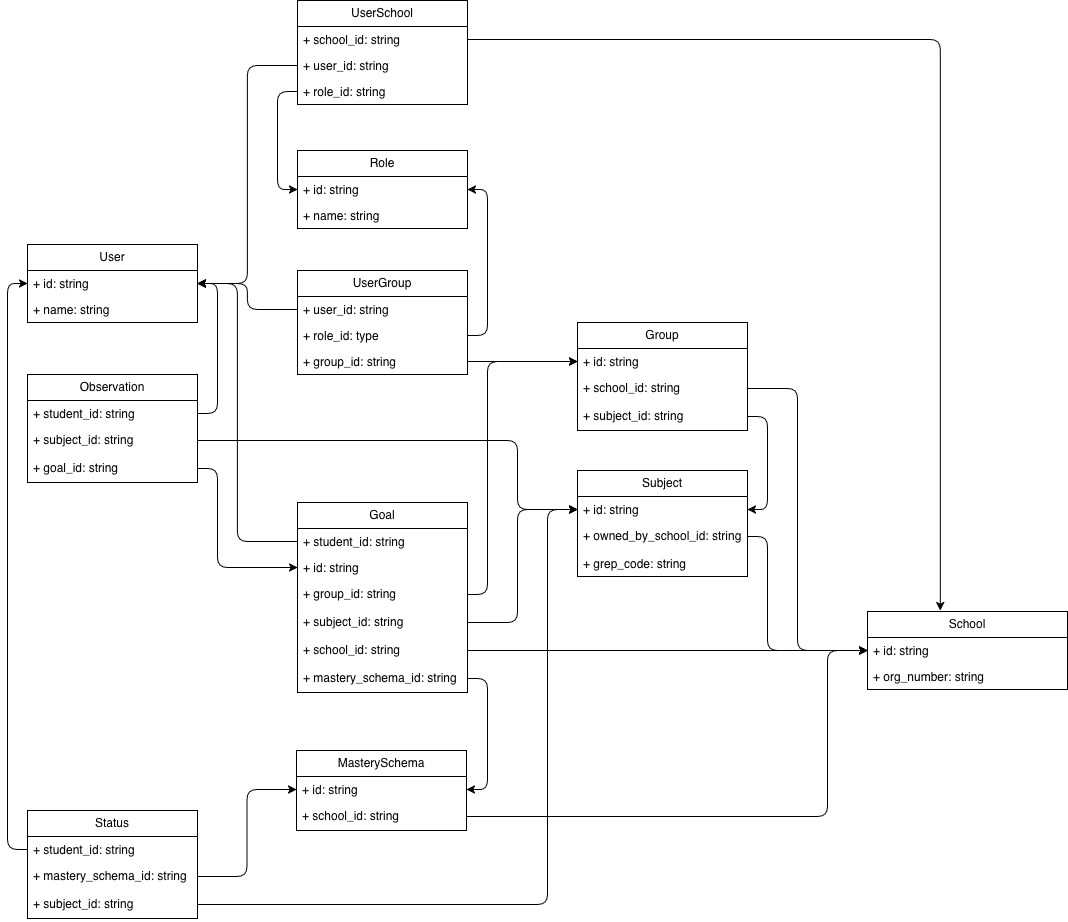
Oslo-kommune-Utdanningsetaten/mestring keeps this draw.io diagram as notes/mestring-diagram-2026-04-15.drawio.png. Above is the earlier version. Source tidied: cells renumbered, new cells last; positions are measured from the earlier drawing's top-left corner, leaving out a move shared by most shapes.
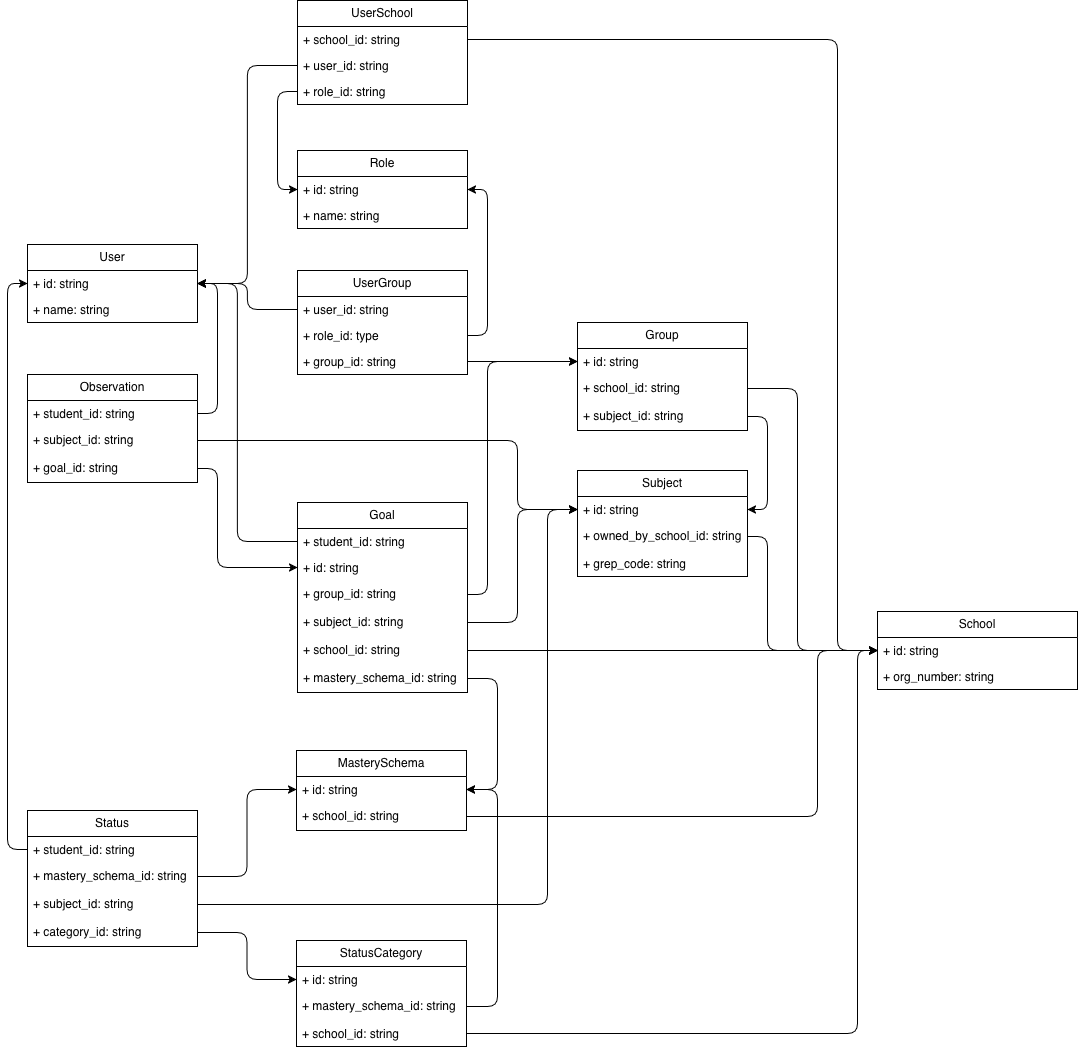
Later version of the same file.

Change to the diagram source:
```diff
@@ -15,7 +15,7 @@
       <mxGeometry y="78" width="170" height="26" as="geometry" />
     </mxCell>
     <mxCell id="6" value="&lt;div&gt;School&lt;/div&gt;" style="swimlane;fontStyle=0;horizontal=1;startSize=26;fillColor=none;whiteSpace=wrap;html=1;labelBackgroundColor=none;rounded=1;arcSize=0;" parent="1" vertex="1">
-      <mxGeometry x="840" y="611" width="200" height="78" as="geometry" />
+      <mxGeometry x="850" y="611" width="200" height="78" as="geometry" />
     </mxCell>
     <mxCell id="7" value="+ id: string" style="text;strokeColor=none;fillColor=none;align=left;verticalAlign=top;spacingLeft=4;spacingRight=4;overflow=hidden;points=[[0,0.5],[1,0.5]];portConstraint=eastwest;whiteSpace=wrap;html=1;labelBackgroundColor=none;rounded=1;" parent="6" vertex="1">
       <mxGeometry y="26" width="200" height="26" as="geometry" />
@@ -35,9 +35,6 @@
     <mxCell id="12" value="+ role_id: string" style="text;strokeColor=none;fillColor=none;align=left;verticalAlign=top;spacingLeft=4;spacingRight=4;overflow=hidden;points=[[0,0.5],[1,0.5]];portConstraint=eastwest;whiteSpace=wrap;html=1;labelBackgroundColor=none;rounded=1;" parent="9" vertex="1">
       <mxGeometry y="78" width="170" height="26" as="geometry" />
     </mxCell>
-    <mxCell id="13" style="edgeStyle=orthogonalEdgeStyle;rounded=1;jettySize=auto;html=1;entryX=0.364;entryY=-0.01;entryDx=0;entryDy=0;entryPerimeter=0;labelBackgroundColor=none;fontColor=default;" parent="1" edge="1" source="10" target="6">
-      <mxGeometry relative="1" as="geometry" />
-    </mxCell>
     <mxCell id="14" style="edgeStyle=orthogonalEdgeStyle;rounded=1;jettySize=auto;html=1;exitX=0;exitY=0.5;exitDx=0;exitDy=0;entryX=1;entryY=0.5;entryDx=0;entryDy=0;labelBackgroundColor=none;fontColor=default;" parent="1" edge="1" source="11" target="15">
       <mxGeometry relative="1" as="geometry" />
     </mxCell>
@@ -177,13 +174,13 @@
     <mxCell id="51" style="edgeStyle=orthogonalEdgeStyle;rounded=1;jettySize=auto;html=1;labelBackgroundColor=none;fontColor=default;" parent="1" edge="1" source="39" target="49">
       <mxGeometry relative="1" as="geometry">
         <Array as="points">
-          <mxPoint x="460" y="678" />
-          <mxPoint x="460" y="789" />
+          <mxPoint x="470" y="678" />
+          <mxPoint x="470" y="789" />
         </Array>
       </mxGeometry>
     </mxCell>
     <mxCell id="52" value="Status" style="swimlane;fontStyle=0;horizontal=1;startSize=26;fillColor=none;whiteSpace=wrap;html=1;labelBackgroundColor=none;rounded=1;arcSize=0;" parent="1" vertex="1">
-      <mxGeometry y="810" width="170" height="108" as="geometry" />
+      <mxGeometry y="810" width="170" height="136" as="geometry" />
     </mxCell>
     <mxCell id="53" value="+ student_id: string" style="text;strokeColor=none;fillColor=none;align=left;verticalAlign=top;spacingLeft=4;spacingRight=4;overflow=hidden;points=[[0,0.5],[1,0.5]];portConstraint=eastwest;whiteSpace=wrap;html=1;labelBackgroundColor=none;rounded=1;" parent="52" vertex="1">
       <mxGeometry y="26" width="170" height="26" as="geometry" />
@@ -194,6 +191,9 @@
     <mxCell id="55" value="+ subject_id: string" style="text;strokeColor=none;fillColor=none;align=left;verticalAlign=top;spacingLeft=4;spacingRight=4;overflow=hidden;points=[[0,0.5],[1,0.5]];portConstraint=eastwest;whiteSpace=wrap;html=1;labelBackgroundColor=none;rounded=1;" parent="52" vertex="1">
       <mxGeometry y="80" width="170" height="28" as="geometry" />
     </mxCell>
+    <mxCell id="66" value="+ category_id: string" style="text;strokeColor=none;fillColor=none;align=left;verticalAlign=top;spacingLeft=4;spacingRight=4;overflow=hidden;points=[[0,0.5],[1,0.5]];portConstraint=eastwest;whiteSpace=wrap;html=1;labelBackgroundColor=none;rounded=1;" parent="52" vertex="1">
+      <mxGeometry y="108" width="170" height="28" as="geometry" />
+    </mxCell>
     <mxCell id="56" style="edgeStyle=orthogonalEdgeStyle;rounded=1;jettySize=auto;html=1;labelBackgroundColor=none;fontColor=default;" parent="1" edge="1" source="54" target="49">
       <mxGeometry relative="1" as="geometry" />
     </mxCell>
@@ -222,8 +222,8 @@
     <mxCell id="61" style="edgeStyle=orthogonalEdgeStyle;rounded=1;jettySize=auto;html=1;" parent="1" edge="1" source="50" target="7">
       <mxGeometry relative="1" as="geometry">
         <Array as="points">
-          <mxPoint x="800" y="816" />
-          <mxPoint x="800" y="650" />
+          <mxPoint x="790" y="816" />
+          <mxPoint x="790" y="650" />
         </Array>
       </mxGeometry>
     </mxCell>
@@ -254,5 +254,44 @@
         </Array>
       </mxGeometry>
     </mxCell>
+    <mxCell id="67" style="edgeStyle=orthogonalEdgeStyle;rounded=1;jettySize=auto;html=1;exitX=1;exitY=0.5;exitDx=0;exitDy=0;curved=0;" parent="1" edge="1" source="10" target="7">
+      <mxGeometry relative="1" as="geometry">
+        <Array as="points">
+          <mxPoint x="810" y="39" />
+          <mxPoint x="810" y="650" />
+        </Array>
+      </mxGeometry>
+    </mxCell>
+    <mxCell id="68" value="StatusCategory" style="swimlane;fontStyle=0;horizontal=1;startSize=26;fillColor=none;whiteSpace=wrap;html=1;labelBackgroundColor=none;rounded=1;arcSize=0;" parent="1" vertex="1">
+      <mxGeometry x="269" y="940" width="170" height="106" as="geometry" />
+    </mxCell>
+    <mxCell id="69" value="&lt;div&gt;+ id: string&lt;/div&gt;" style="text;strokeColor=none;fillColor=none;align=left;verticalAlign=top;spacingLeft=4;spacingRight=4;overflow=hidden;points=[[0,0.5],[1,0.5]];portConstraint=eastwest;whiteSpace=wrap;html=1;labelBackgroundColor=none;rounded=1;" parent="68" vertex="1">
+      <mxGeometry y="26" width="170" height="26" as="geometry" />
+    </mxCell>
+    <mxCell id="70" value="+ mastery_schema_id: string" style="text;strokeColor=none;fillColor=none;align=left;verticalAlign=top;spacingLeft=4;spacingRight=4;overflow=hidden;points=[[0,0.5],[1,0.5]];portConstraint=eastwest;whiteSpace=wrap;html=1;labelBackgroundColor=none;rounded=1;" parent="68" vertex="1">
+      <mxGeometry y="52" width="170" height="28" as="geometry" />
+    </mxCell>
+    <mxCell id="71" value="&lt;div&gt;+ school_id: string&lt;/div&gt;" style="text;strokeColor=none;fillColor=none;align=left;verticalAlign=top;spacingLeft=4;spacingRight=4;overflow=hidden;points=[[0,0.5],[1,0.5]];portConstraint=eastwest;whiteSpace=wrap;html=1;labelBackgroundColor=none;rounded=1;" parent="68" vertex="1">
+      <mxGeometry y="80" width="170" height="26" as="geometry" />
+    </mxCell>
+    <mxCell id="72" style="edgeStyle=orthogonalEdgeStyle;rounded=1;jettySize=auto;html=1;exitX=1;exitY=0.5;exitDx=0;exitDy=0;entryX=0;entryY=0.5;entryDx=0;entryDy=0;curved=0;" parent="1" edge="1" source="66" target="69">
+      <mxGeometry relative="1" as="geometry" />
+    </mxCell>
+    <mxCell id="73" style="edgeStyle=orthogonalEdgeStyle;rounded=1;jettySize=auto;html=1;curved=0;" parent="1" edge="1" source="71" target="7">
+      <mxGeometry relative="1" as="geometry">
+        <Array as="points">
+          <mxPoint x="830" y="1033" />
+          <mxPoint x="830" y="650" />
+        </Array>
+      </mxGeometry>
+    </mxCell>
+    <mxCell id="74" style="edgeStyle=orthogonalEdgeStyle;rounded=1;jettySize=auto;html=1;curved=0;" parent="1" edge="1" source="70" target="49">
+      <mxGeometry relative="1" as="geometry">
+        <Array as="points">
+          <mxPoint x="470" y="1006" />
+          <mxPoint x="470" y="789" />
+        </Array>
+      </mxGeometry>
+    </mxCell>
   </root>
 </mxGraphModel>
```
